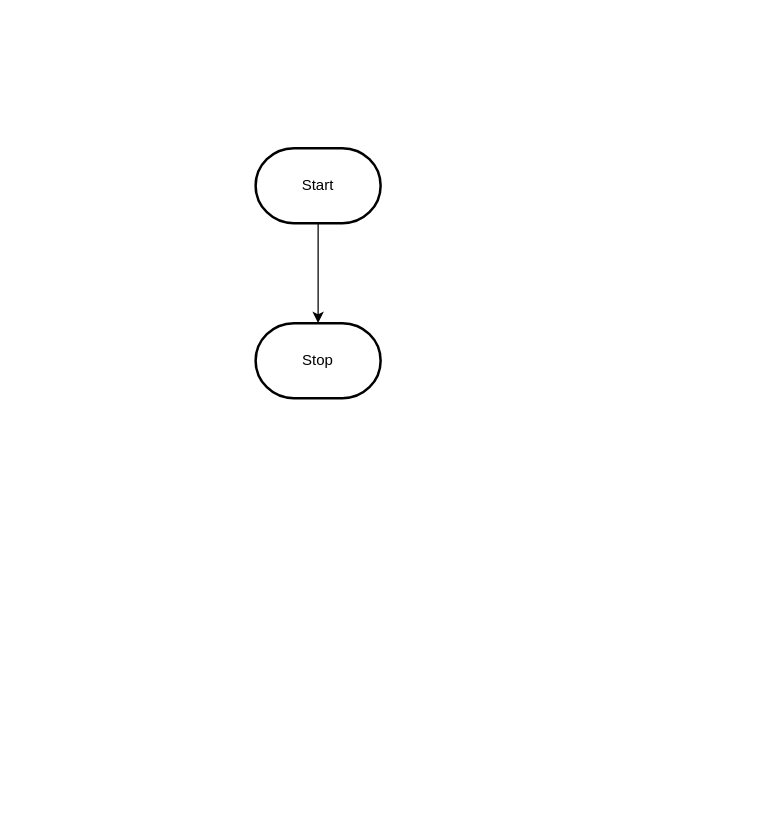
This is design/flowchart.drawio from MTHS-ICS2O-2-2022/ICS2O-Assignment-05-lamees-hemdan, a draw.io file, before an edit. Source tidied: cells renumbered, new cells numbered last; positions are measured from the earlier drawing's top-left corner, leaving out a move shared by most shapes. Both pictures are drawn from the tidied source at 125%, with x=0, y=0 at pixel (255, 148).
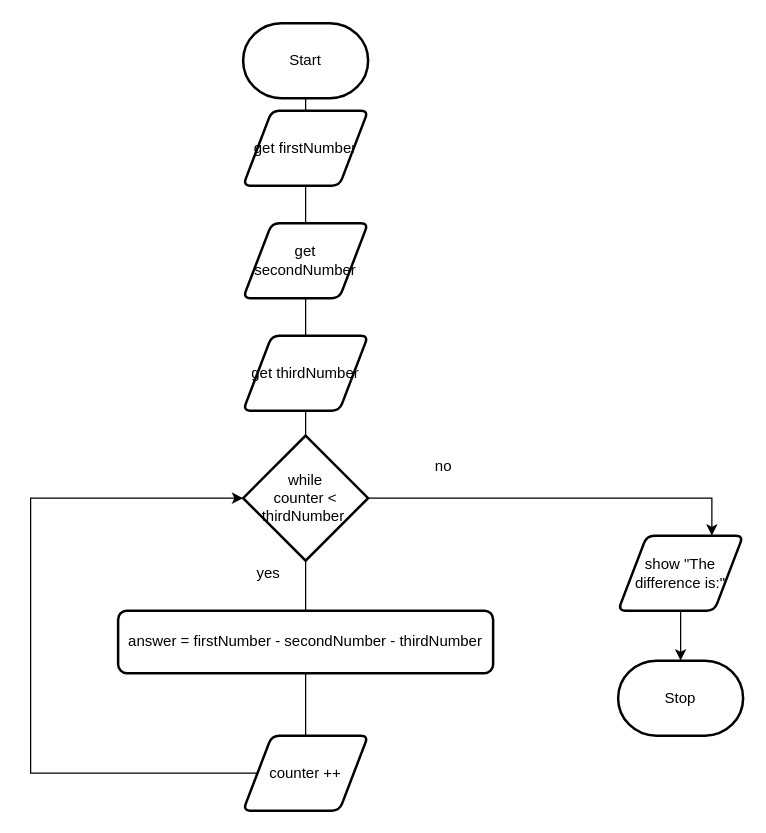
Above is the later version.

What changed in the source:
```diff
@@
-    <mxCell id="2" style="edgeStyle=orthogonalEdgeStyle;html=1;rounded=0;" parent="1" edge="1" source="3" target="4">
-      <mxGeometry relative="1" as="geometry" />
-    </mxCell>
     <mxCell id="3" value="Start" style="strokeWidth=2;html=1;shape=mxgraph.flowchart.terminator;whiteSpace=wrap;" parent="1" vertex="1">
-      <mxGeometry width="100" height="60" as="geometry" />
+      <mxGeometry x="-10" y="-100" width="100" height="60" as="geometry" />
     </mxCell>
     <mxCell id="4" value="Stop" style="strokeWidth=2;html=1;shape=mxgraph.flowchart.terminator;whiteSpace=wrap;" parent="1" vertex="1">
-      <mxGeometry y="140" width="100" height="60" as="geometry" />
+      <mxGeometry x="290" y="410" width="100" height="60" as="geometry" />
     </mxCell>
+    <mxCell id="5" style="edgeStyle=orthogonalEdgeStyle;html=1;rounded=0;endArrow=none;" parent="1" edge="1" source="3" target="6">
+      <mxGeometry relative="1" as="geometry" />
+    </mxCell>
+    <mxCell id="6" value="get firstNumber" style="shape=parallelogram;html=1;strokeWidth=2;perimeter=parallelogramPerimeter;whiteSpace=wrap;rounded=1;arcSize=12;size=0.23;" parent="1" vertex="1">
+      <mxGeometry x="-10" y="-30" width="100" height="60" as="geometry" />
+    </mxCell>
+    <mxCell id="7" style="edgeStyle=orthogonalEdgeStyle;html=1;rounded=0;startArrow=none;endArrow=none;" parent="1" edge="1" source="6" target="8">
+      <mxGeometry relative="1" as="geometry" />
+    </mxCell>
+    <mxCell id="8" value="get secondNumber" style="shape=parallelogram;html=1;strokeWidth=2;perimeter=parallelogramPerimeter;whiteSpace=wrap;rounded=1;arcSize=12;size=0.23;" parent="1" vertex="1">
+      <mxGeometry x="-10" y="60" width="100" height="60" as="geometry" />
+    </mxCell>
+    <mxCell id="9" style="edgeStyle=orthogonalEdgeStyle;html=1;rounded=0;startArrow=none;endArrow=none;" parent="1" edge="1" source="8" target="10">
+      <mxGeometry relative="1" as="geometry" />
+    </mxCell>
+    <mxCell id="10" value="get thirdNumber" style="shape=parallelogram;html=1;strokeWidth=2;perimeter=parallelogramPerimeter;whiteSpace=wrap;rounded=1;arcSize=12;size=0.23;" parent="1" vertex="1">
+      <mxGeometry x="-10" y="150" width="100" height="60" as="geometry" />
+    </mxCell>
+    <mxCell id="11" style="edgeStyle=orthogonalEdgeStyle;html=1;rounded=0;startArrow=none;endArrow=none;" parent="1" edge="1" source="10" target="13">
+      <mxGeometry relative="1" as="geometry" />
+    </mxCell>
+    <mxCell id="12" style="edgeStyle=orthogonalEdgeStyle;rounded=0;html=1;exitX=1;exitY=0.5;exitDx=0;exitDy=0;exitPerimeter=0;entryX=0.75;entryY=0;entryDx=0;entryDy=0;" parent="1" edge="1" source="13" target="20">
+      <mxGeometry relative="1" as="geometry" />
+    </mxCell>
+    <mxCell id="13" value="while&lt;br&gt;counter &amp;lt; thirdNumber&amp;nbsp;" style="strokeWidth=2;html=1;shape=mxgraph.flowchart.decision;whiteSpace=wrap;" parent="1" vertex="1">
+      <mxGeometry x="-10" y="230" width="100" height="100" as="geometry" />
+    </mxCell>
+    <mxCell id="14" style="edgeStyle=orthogonalEdgeStyle;html=1;rounded=0;startArrow=none;endArrow=none;" parent="1" edge="1" source="13" target="15">
+      <mxGeometry relative="1" as="geometry" />
+    </mxCell>
+    <mxCell id="15" value="answer = firstNumber - secondNumber - thirdNumber" style="rounded=1;whiteSpace=wrap;html=1;absoluteArcSize=1;arcSize=14;strokeWidth=2;" parent="1" vertex="1">
+      <mxGeometry x="-110" y="370" width="300" height="50" as="geometry" />
+    </mxCell>
+    <mxCell id="16" style="edgeStyle=orthogonalEdgeStyle;html=1;rounded=0;startArrow=none;endArrow=none;" parent="1" edge="1" source="15" target="18">
+      <mxGeometry relative="1" as="geometry" />
+    </mxCell>
+    <mxCell id="17" style="edgeStyle=orthogonalEdgeStyle;html=1;exitX=0;exitY=0.5;exitDx=0;exitDy=0;entryX=0;entryY=0.5;entryDx=0;entryDy=0;entryPerimeter=0;rounded=0;" parent="1" edge="1" source="18" target="13">
+      <mxGeometry relative="1" as="geometry">
+        <Array as="points">
+          <mxPoint x="-180" y="500" />
+          <mxPoint x="-180" y="280" />
+        </Array>
+      </mxGeometry>
+    </mxCell>
+    <mxCell id="18" value="counter ++" style="shape=parallelogram;html=1;strokeWidth=2;perimeter=parallelogramPerimeter;whiteSpace=wrap;rounded=1;arcSize=12;size=0.23;" parent="1" vertex="1">
+      <mxGeometry x="-10" y="470" width="100" height="60" as="geometry" />
+    </mxCell>
+    <mxCell id="19" style="edgeStyle=orthogonalEdgeStyle;rounded=0;html=1;exitX=0.5;exitY=1;exitDx=0;exitDy=0;entryX=0.5;entryY=0;entryDx=0;entryDy=0;entryPerimeter=0;" parent="1" edge="1" source="20" target="4">
+      <mxGeometry relative="1" as="geometry" />
+    </mxCell>
+    <mxCell id="20" value="show &quot;The difference is:&quot;" style="shape=parallelogram;html=1;strokeWidth=2;perimeter=parallelogramPerimeter;whiteSpace=wrap;rounded=1;arcSize=12;size=0.23;" parent="1" vertex="1">
+      <mxGeometry x="290" y="310" width="100" height="60" as="geometry" />
+    </mxCell>
+    <mxCell id="21" value="yes" style="text;html=1;align=center;verticalAlign=middle;strokeColor=none;fillColor=none;" parent="1" vertex="1">
+      <mxGeometry x="-10" y="325" width="40" height="30" as="geometry" />
+    </mxCell>
+    <mxCell id="22" value="no" style="text;html=1;align=center;verticalAlign=middle;strokeColor=none;fillColor=none;" parent="1" vertex="1">
+      <mxGeometry x="130" y="240" width="40" height="30" as="geometry" />
+    </mxCell>
```
